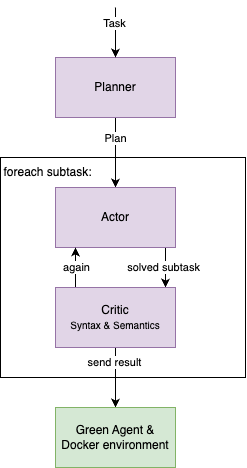
The draw.io diagram architectureSimple.png in Luca-Bke/EROverflow, before a commit. Source tidied: cells renumbered, new cells last; positions are measured from the earlier drawing's top-left corner, leaving out a move shared by most shapes.
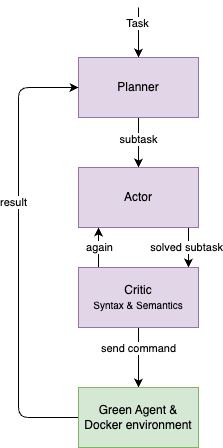
After the commit.

Diff of the diagram source:
```diff
@@ -2,19 +2,16 @@
   <root>
     <mxCell id="0" />
     <mxCell id="1" parent="0" />
-    <mxCell id="2" style="rounded=0;whiteSpace=wrap;html=1;fillColor=none;" parent="1" vertex="1">
-      <mxGeometry y="150" width="245" height="220" as="geometry" />
-    </mxCell>
     <mxCell id="3" style="edgeStyle=none;html=1;" parent="1" edge="1" source="5" target="8">
       <mxGeometry relative="1" as="geometry" />
     </mxCell>
-    <mxCell id="4" value="Plan" style="edgeLabel;html=1;align=center;verticalAlign=middle;" parent="3" vertex="1">
+    <mxCell id="4" value="subtask" style="edgeLabel;html=1;align=center;verticalAlign=middle;" parent="3" vertex="1">
       <mxGeometry x="-0.07" y="-4" relative="1" as="geometry">
-        <mxPoint x="4" y="-12" as="offset" />
+        <mxPoint x="4" y="-2" as="offset" />
       </mxGeometry>
     </mxCell>
     <mxCell id="5" value="Planner" style="rounded=0;whiteSpace=wrap;html=1;fillColor=#e1d5e7;strokeColor=#9673a6;" parent="1" vertex="1">
-      <mxGeometry x="55" y="50" width="120" height="60" as="geometry" />
+      <mxGeometry x="55" y="70" width="120" height="60" as="geometry" />
     </mxCell>
     <mxCell id="6" style="edgeStyle=none;html=1;entryX=0.5;entryY=0;entryDx=0;entryDy=0;" parent="1" edge="1">
       <mxGeometry relative="1" as="geometry">
@@ -46,23 +43,33 @@
         <mxPoint x="115" y="400" as="targetPoint" />
       </mxGeometry>
     </mxCell>
-    <mxCell id="12" value="send result" style="edgeLabel;html=1;align=center;verticalAlign=middle;" parent="11" vertex="1">
-      <mxGeometry x="-0.52" y="-1" relative="1" as="geometry" />
+    <mxCell id="12" value="send command" style="edgeLabel;html=1;align=center;verticalAlign=middle;" parent="11" vertex="1">
+      <mxGeometry x="-0.52" y="-1" relative="1" as="geometry">
+        <mxPoint x="1" y="6" as="offset" />
+      </mxGeometry>
     </mxCell>
     <mxCell id="13" value="Critic&lt;div&gt;&lt;font size=&quot;1&quot;&gt;Syntax &amp;amp; Semantics&lt;/font&gt;&lt;/div&gt;" style="rounded=0;whiteSpace=wrap;html=1;fillColor=#e1d5e7;strokeColor=#9673a6;" parent="1" vertex="1">
       <mxGeometry x="55" y="280" width="120" height="60" as="geometry" />
     </mxCell>
     <mxCell id="14" style="endArrow=classic;html=1;entryX=0.5;entryY=0;entryDx=0;entryDy=0;" parent="1" edge="1" target="5">
       <mxGeometry relative="1" as="geometry">
-        <mxPoint x="115" as="sourcePoint" />
+        <mxPoint x="115" y="20" as="sourcePoint" />
       </mxGeometry>
     </mxCell>
     <mxCell id="15" value="Task" style="edgeLabel;html=1;align=center;verticalAlign=middle;" parent="14" vertex="1">
       <mxGeometry x="-0.36" y="-1" relative="1" as="geometry" />
     </mxCell>
-    <mxCell id="16" value="foreach subtask:" style="text;html=1;align=center;verticalAlign=middle;whiteSpace=wrap;rounded=0;" parent="1" vertex="1">
-      <mxGeometry y="150" width="95" height="30" as="geometry" />
-    </mxCell>
+    <mxCell id="18" style="edgeStyle=none;html=1;entryX=0;entryY=0.5;entryDx=0;entryDy=0;exitX=0;exitY=0.5;exitDx=0;exitDy=0;" parent="1" edge="1" source="17" target="5">
+      <mxGeometry relative="1" as="geometry">
+        <Array as="points">
+          <mxPoint x="-5" y="430" />
+          <mxPoint x="-5" y="100" />
+        </Array>
+      </mxGeometry>
+    </mxCell>
+    <mxCell id="19" value="result" style="edgeLabel;html=1;align=center;verticalAlign=middle;" parent="18" vertex="1">
+      <mxGeometry x="0.22" y="5" relative="1" as="geometry" />
+    </mxCell>
     <mxCell id="17" value="Green Agent &amp;amp; Docker environment" style="rounded=0;whiteSpace=wrap;html=1;fillColor=#d5e8d4;strokeColor=#82b366;" parent="1" vertex="1">
       <mxGeometry x="55" y="400" width="120" height="60" as="geometry" />
     </mxCell>
```
